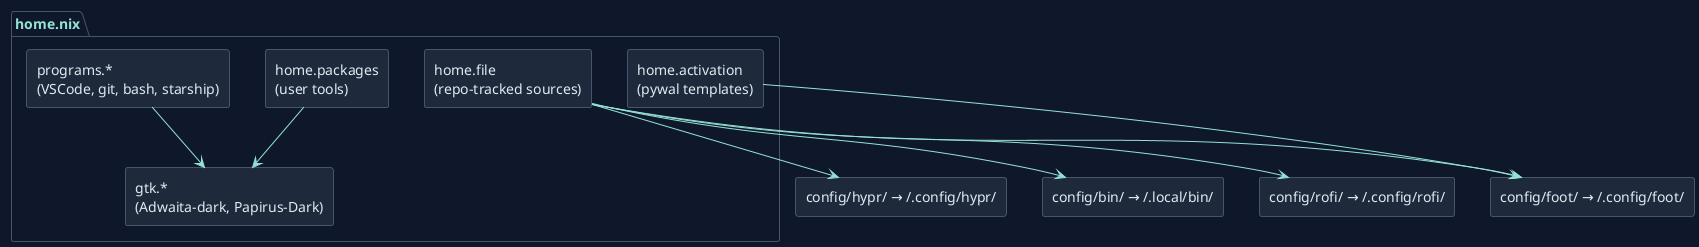
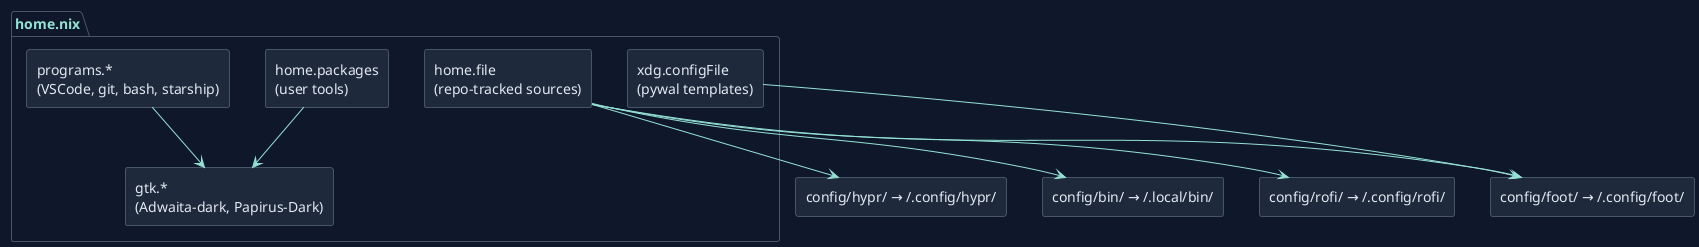
@startuml user-layer
!theme plain
skinparam backgroundColor #0f172a
skinparam defaultFontColor #e2e8f0
skinparam arrowColor #94e2d5
skinparam borderColor #475569
skinparam shadowing false

skinparam rectangle {
  BackgroundColor #1e293b
  BorderColor #475569
  FontColor #e2e8f0
}
skinparam package {
  BackgroundColor #0f172a
  BorderColor #475569
  FontColor #94e2d5
}

package "home.nix" {
  rectangle "home.file\n(repo-tracked sources)" as dotfiles
  rectangle "home.packages\n(user tools)" as pkgs
  rectangle "programs.*\n(VSCode, git, bash, starship)" as progs
  rectangle "gtk.*\n(Adwaita-dark, Papirus-Dark)" as gtk
-   rectangle "home.activation\n(pywal templates)" as act
+   rectangle "xdg.configFile\n(pywal templates)" as act
}

rectangle "config/hypr/ → ~/.config/hypr/" as hypr
rectangle "config/rofi/ → ~/.config/rofi/" as rofi
rectangle "config/foot/ → ~/.config/foot/" as foot
rectangle "config/bin/ → ~/.local/bin/" as bin

dotfiles --> hypr
dotfiles --> rofi
dotfiles --> foot
dotfiles --> bin
pkgs --> gtk
progs --> gtk
act --> foot

@enduml
